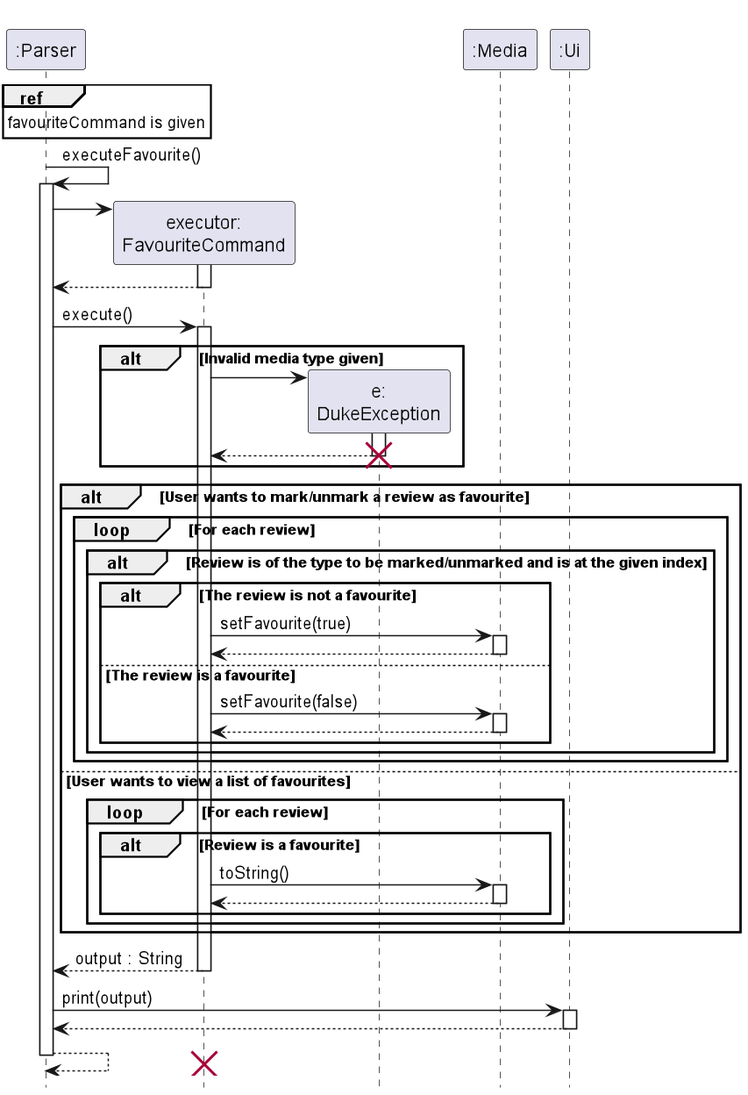
Above: docs/imgs/favouriteSequence.png in nus-cs2113-AY2223S1/tp (PlantUML), before the change. Its source is kept beside it as docs/UML Diagrams/favouriteSequence.puml.
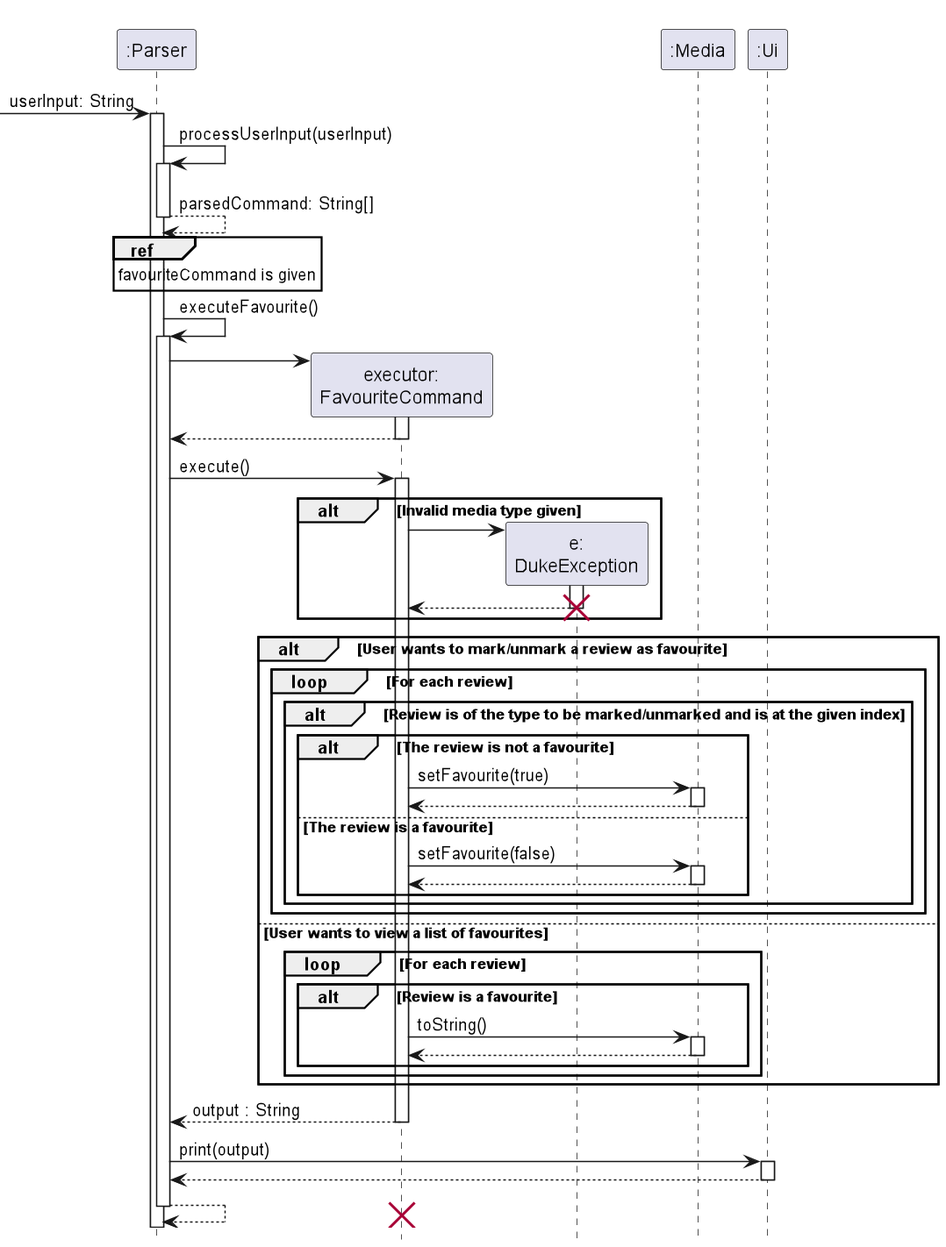
After the commit.

Commit message:
updated sequence diagrams for all commands other than add, to include overall parser activation bar

The edit, as a diff of the source:
```diff
@@ -4,6 +4,12 @@
 hide footbox
 
 participant ":Parser"
+
+-> ":Parser" : userInput: String
+activate ":Parser"
+":Parser" -> ":Parser": processUserInput(userInput)
+activate ":Parser"
+return parsedCommand: String[]
 
 ref over ":Parser"
 favouriteCommand is given
```
